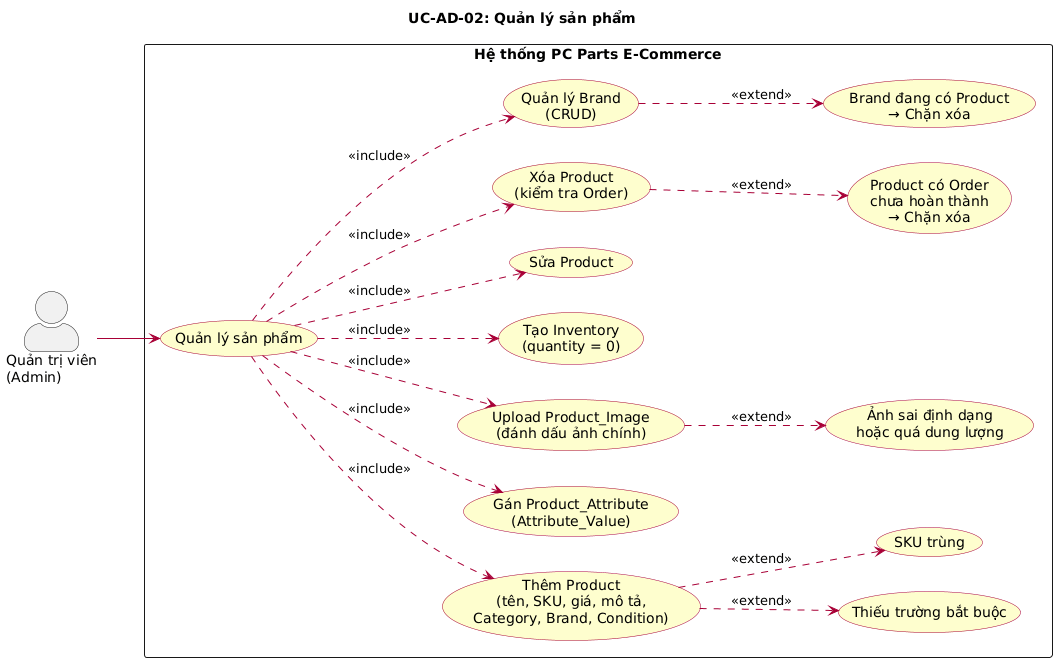
Earlier version of the PlantUML export docs/diagrams/images/uc_AD02_quan_ly_san_pham.png (huuhieu56/PC-Parts-ECommerce).
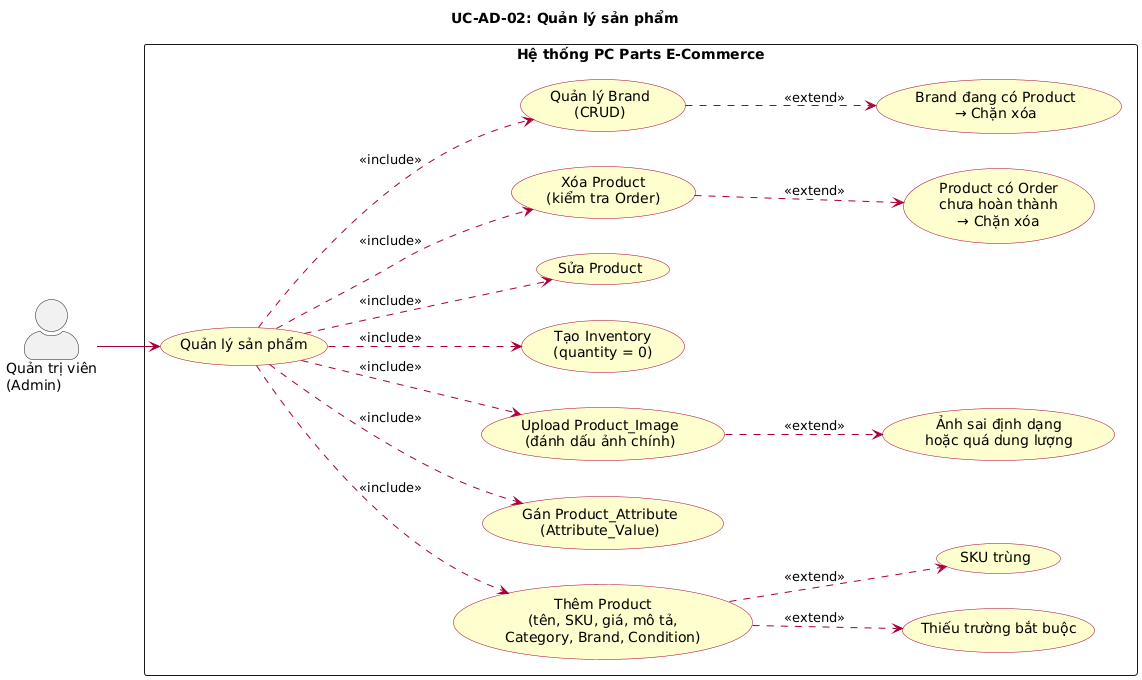
After the commit.

Diff of the diagram source:
```diff
@@ -1,4 +1,4 @@
-@startuml
+@startuml uc_AD02_quan_ly_san_pham
 left to right direction
 skinparam actorStyle awesome
 skinparam packageStyle rectangle
@@ -42,4 +42,5 @@
 UC_IMG ..> UC_ERR_IMG : <<extend>>
 UC_DEL ..> UC_ERR_ORDER : <<extend>>
 UC_BRAND ..> UC_ERR_BRAND : <<extend>>
+
 @enduml
```
